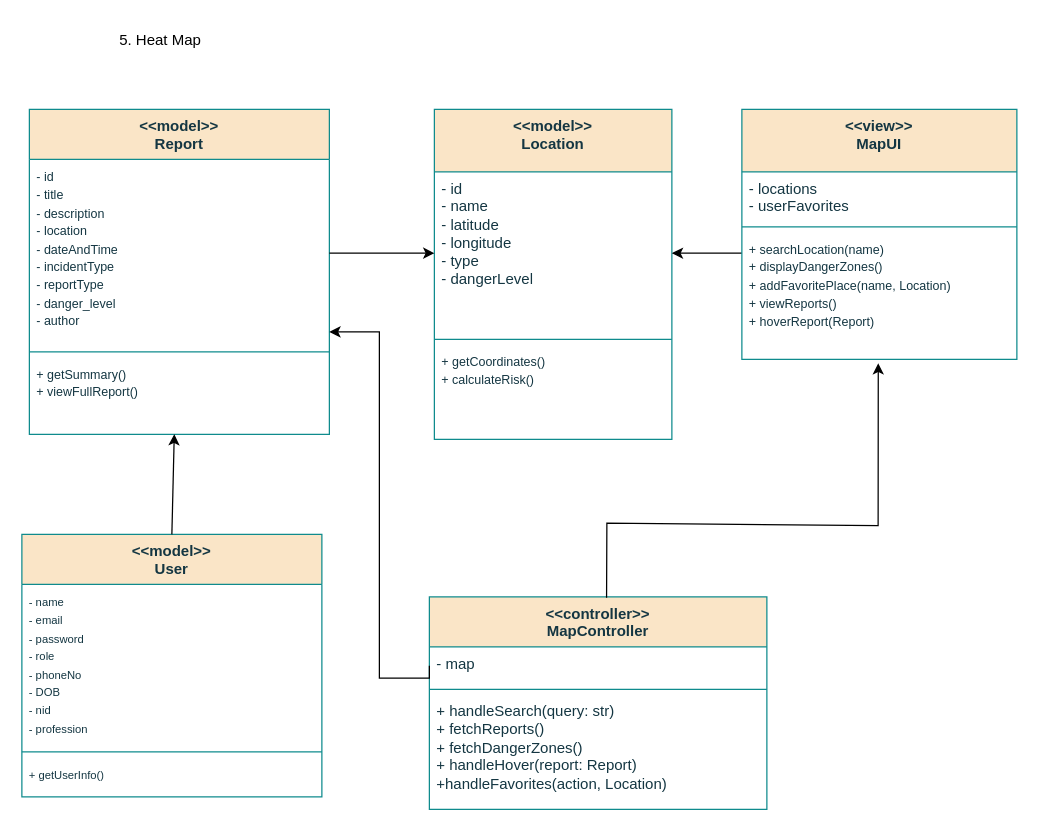
Above: page "5. Heat Map" (5 of 6) of Untitled Diagram.drawio in TH-014/CSE_326 (draw.io), before the change. Source tidied: cells renumbered, new cells numbered last; positions are measured from the earlier drawing's top-left corner, leaving out a move shared by most shapes. Both pictures are drawn from the tidied source at 125%, with x=0, y=0 at pixel (21, 21).
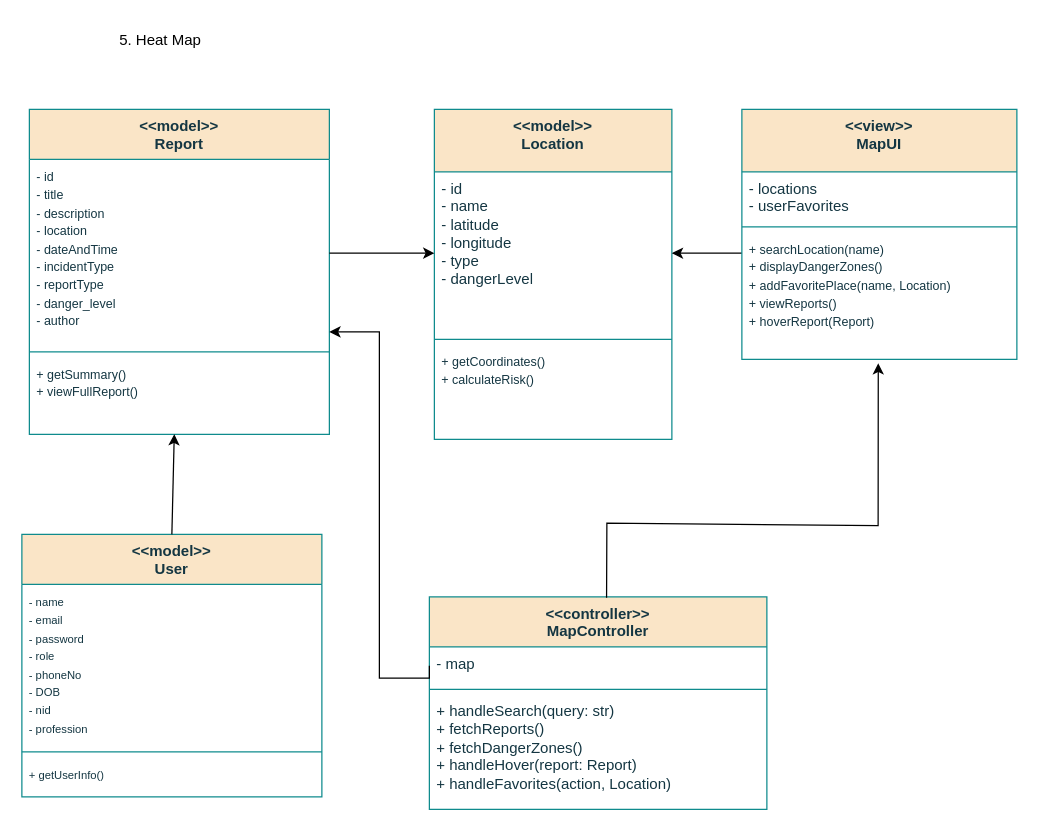
The same page after the edit.

The change refers to these unchanged cells:
```xml
<mxCell id="21" value="&amp;lt;&amp;lt;controller&amp;gt;&amp;gt;&lt;br&gt;MapController" style="swimlane;fontStyle=1;align=center;verticalAlign=top;horizontal=1;startSize=40;whiteSpace=wrap;html=1;labelBackgroundColor=none;fillColor=#FAE5C7;strokeColor=#0F8B8D;fontColor=#143642;" parent="1" vertex="1">
  <mxGeometry x="326" y="460" width="270" height="170" as="geometry" />
</mxCell>
```

Change to the diagram source:
```diff
@@
-    <mxCell id="25" value="&lt;font face=&quot;Helvetica&quot;&gt;+ handleSearch(query: str)&lt;br&gt;+ fetchReports()&lt;br&gt;+ fetchDangerZones()&lt;br&gt;+ handleHover(report: Report)&lt;br&gt;+handleFavorites(action, Location)&lt;/font&gt;" style="text;strokeColor=none;fillColor=none;align=left;verticalAlign=top;spacingLeft=4;spacingRight=4;overflow=hidden;whiteSpace=wrap;html=1;labelBackgroundColor=none;fontColor=#143642;" parent="21" vertex="1">
+    <mxCell id="25" value="&lt;font face=&quot;Helvetica&quot;&gt;+ handleSearch(query: str)&lt;br&gt;+ fetchReports()&lt;br&gt;+ fetchDangerZones()&lt;br&gt;+ handleHover(report: Report)&lt;br&gt;+ handleFavorites(action, Location)&lt;/font&gt;" style="text;strokeColor=none;fillColor=none;align=left;verticalAlign=top;spacingLeft=4;spacingRight=4;overflow=hidden;whiteSpace=wrap;html=1;labelBackgroundColor=none;fontColor=#143642;" parent="21" vertex="1">
       <mxGeometry y="78" width="270" height="92" as="geometry" />
     </mxCell>
```
